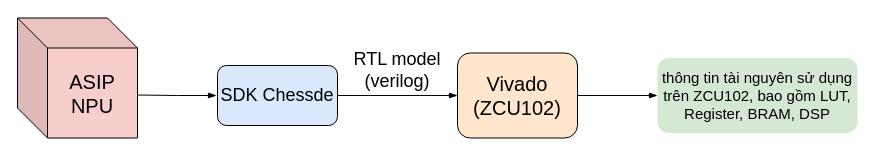
This is page "Page-2" (2 of 3) of Synthesis.drawio from hoangtv2000/document-collection, a draw.io file, before an edit. Source tidied: cells renumbered, new cells numbered last; positions are measured from the earlier drawing's top-left corner, leaving out a move shared by most shapes. Both pictures are drawn from the tidied source at 100%, with x=0, y=0 at pixel (17, 17).
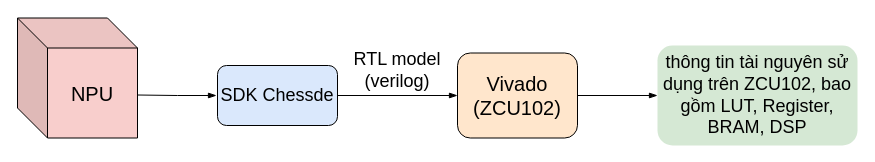
The same page after the edit.

What changed in the source:
```diff
@@
 <mxGraphModel>
   <root>
     <mxCell id="0" />
     <mxCell id="1" parent="0" />
-    <mxCell id="2" value="&lt;span style=&quot;font-size: 20px;&quot;&gt;ASIP&lt;/span&gt;&lt;div&gt;&lt;span style=&quot;font-size: 20px;&quot;&gt;NPU&lt;/span&gt;&lt;/div&gt;" style="shape=cube;whiteSpace=wrap;html=1;boundedLbl=1;backgroundOutline=1;darkOpacity=0.05;darkOpacity2=0.1;size=30;fillColor=#f8cecc;strokeColor=default;" parent="1" vertex="1">
+    <mxCell id="2" value="&lt;span style=&quot;font-size: 20px;&quot;&gt;NPU&lt;/span&gt;" style="shape=cube;whiteSpace=wrap;html=1;boundedLbl=1;backgroundOutline=1;darkOpacity=0.05;darkOpacity2=0.1;size=30;fillColor=#f8cecc;strokeColor=default;" parent="1" vertex="1">
       <mxGeometry y="0.5" width="120" height="120" as="geometry" />
     </mxCell>
     <mxCell id="3" style="edgeStyle=orthogonalEdgeStyle;shape=connector;rounded=0;orthogonalLoop=1;jettySize=auto;html=1;exitX=0;exitY=0;exitDx=120;exitDy=75;exitPerimeter=0;entryX=-0.01;entryY=0.465;entryDx=0;entryDy=0;entryPerimeter=0;strokeColor=default;align=center;verticalAlign=middle;fontFamily=Helvetica;fontSize=11;fontColor=default;labelBackgroundColor=default;endArrow=blockThin;endFill=1;" parent="1" edge="1">
       <mxGeometry relative="1" as="geometry">
         <mxPoint x="120" y="77.5" as="sourcePoint" />
         <mxPoint x="199" y="78" as="targetPoint" />
       </mxGeometry>
     </mxCell>
     <mxCell id="4" value="&lt;font style=&quot;font-size: 18px;&quot;&gt;SDK Chessde&lt;/font&gt;" style="rounded=1;whiteSpace=wrap;html=1;fillColor=#dae8fc;strokeColor=default;" parent="1" vertex="1">
       <mxGeometry x="200" y="48" width="120" height="60" as="geometry" />
     </mxCell>
     <mxCell id="5" style="edgeStyle=orthogonalEdgeStyle;shape=connector;rounded=0;orthogonalLoop=1;jettySize=auto;html=1;entryX=0;entryY=0.5;entryDx=0;entryDy=0;strokeColor=default;align=center;verticalAlign=middle;fontFamily=Helvetica;fontSize=11;fontColor=default;labelBackgroundColor=default;endArrow=blockThin;endFill=1;" parent="1" edge="1">
       <mxGeometry relative="1" as="geometry">
         <mxPoint x="320" y="78" as="sourcePoint" />
         <mxPoint x="440" y="78" as="targetPoint" />
       </mxGeometry>
     </mxCell>
     <mxCell id="6" value="&lt;font style=&quot;font-size: 18px;&quot;&gt;RTL model&lt;br&gt;(verilog)&lt;/font&gt;" style="text;html=1;align=center;verticalAlign=middle;whiteSpace=wrap;rounded=0;" parent="1" vertex="1">
       <mxGeometry x="320" y="38" width="120" height="30" as="geometry" />
     </mxCell>
     <mxCell id="7" style="edgeStyle=orthogonalEdgeStyle;shape=connector;rounded=0;jettySize=auto;html=1;entryX=0;entryY=0.5;entryDx=0;entryDy=0;strokeColor=default;align=center;verticalAlign=middle;fontFamily=Helvetica;fontSize=11;fontColor=default;labelBackgroundColor=default;endArrow=blockThin;endFill=1;" parent="1" edge="1" source="8" target="9">
       <mxGeometry relative="1" as="geometry" />
     </mxCell>
     <mxCell id="8" value="&lt;span style=&quot;font-size: 20px;&quot;&gt;Vivado&lt;/span&gt;&lt;div&gt;&lt;span style=&quot;font-size: 20px;&quot;&gt;(ZCU102)&lt;/span&gt;&lt;/div&gt;" style="rounded=1;whiteSpace=wrap;html=1;fillColor=#ffe6cc;strokeColor=default;" parent="1" vertex="1">
       <mxGeometry x="440" y="35.5" width="120" height="85" as="geometry" />
     </mxCell>
-    <mxCell id="9" value="&lt;div style=&quot;&quot;&gt;&lt;font style=&quot;font-size: 15px;&quot;&gt;thông tin tài nguyên sử dụng trên ZCU102, bao gồm LUT, Register, BRAM, DSP&lt;/font&gt;&lt;br&gt;&lt;/div&gt;" style="rounded=1;whiteSpace=wrap;html=1;fillColor=#d5e8d4;strokeColor=none;" parent="1" vertex="1">
-      <mxGeometry x="640" y="40.5" width="200" height="75" as="geometry" />
+    <mxCell id="9" value="&lt;div style=&quot;&quot;&gt;&lt;font style=&quot;font-size: 18px;&quot;&gt;thông tin tài nguyên sử dụng trên ZCU102, bao gồm LUT, Register, BRAM, DSP&lt;/font&gt;&lt;br&gt;&lt;/div&gt;" style="rounded=1;whiteSpace=wrap;html=1;fillColor=#d5e8d4;strokeColor=none;" parent="1" vertex="1">
+      <mxGeometry x="640" y="28" width="200" height="100" as="geometry" />
     </mxCell>
   </root>
 </mxGraphModel>
```
